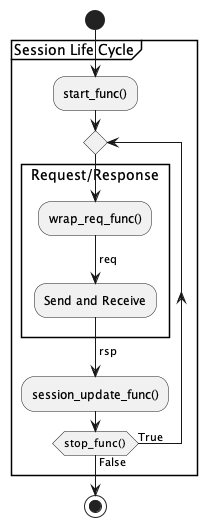
session-tester/session-tester keeps this PlantUML diagram as docs/session_lifecycle.png. Above is the earlier version.
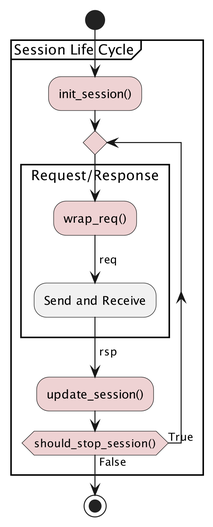
The same diagram one commit later.

What changed in the source:
```diff
@@ -2,21 +2,25 @@
 
 start
 
+skinparam dpi 300
+skinparam activityDiamondBackgroundColor #EED2D3
+
+
 partition "Session Life Cycle" {
 
-:start_func();
+#EED2D3:init_session();
 
 repeat
 rectangle "Request/Response" {
-  :wrap_req_func();
+  #EED2D3:wrap_req();
   -> req;
   :Send and Receive;
   -> rsp;
 }
 
-:session_update_func();
+#EED2D3:update_session();
 
-repeat while (stop_func())  is (True) not (False)
+repeat while (should_stop_session())  is (True) not (False)
 
 }
 stop
```
